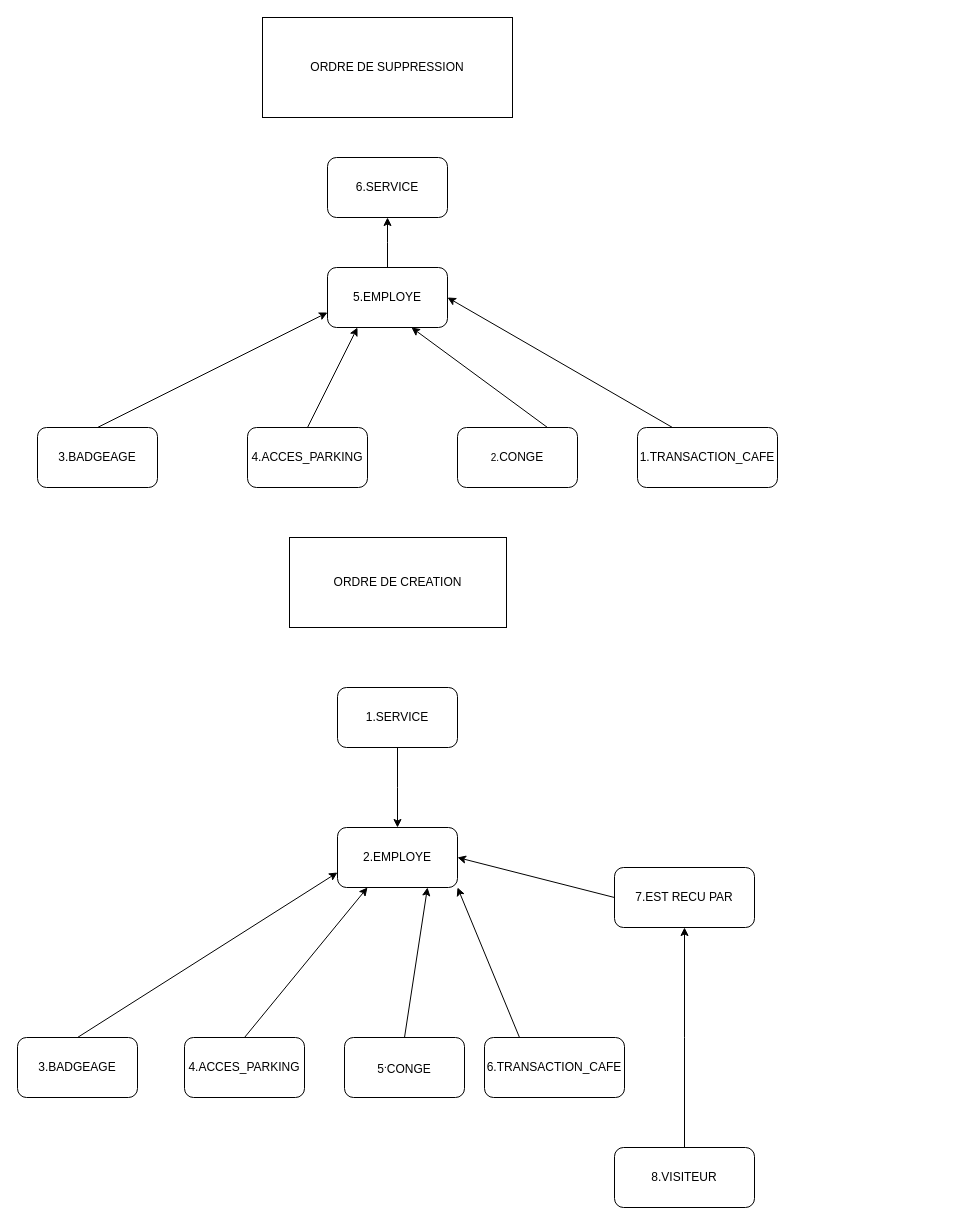
The draw.io diagram Arbre_Adakor.drawio in gdiaby2403/repo1, before the edit. Source tidied: cells renumbered, new cells numbered last; positions are measured from the earlier drawing's top-left corner, leaving out a move shared by most shapes. Both pictures are drawn from the tidied source at 100%, with x=0, y=0 at pixel (17, 17).
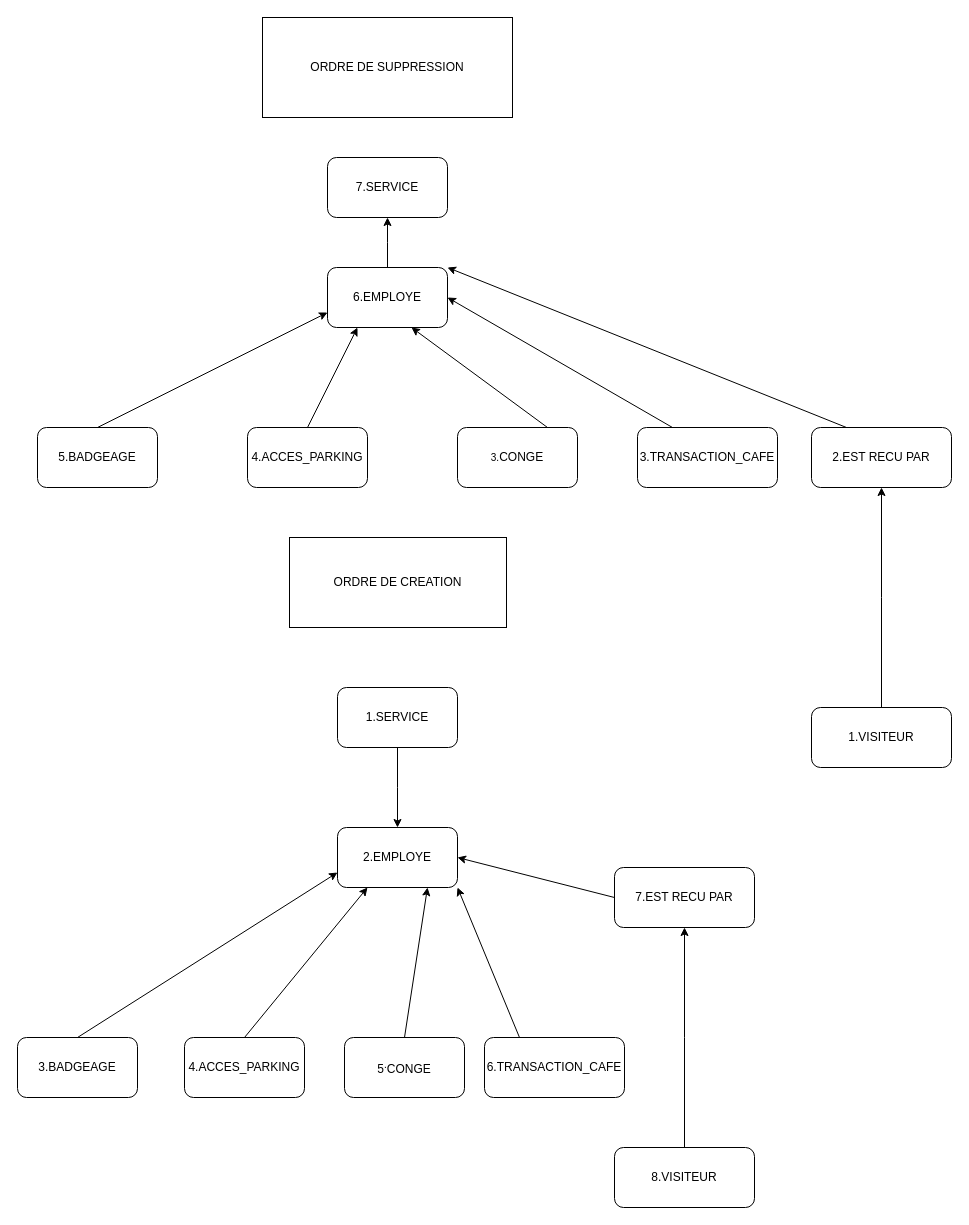
The same page after the edit.

Commit message:
Mettre à jour Arbre_Adakor.drawio

The edit, as a diff of the source:
```diff
@@
-    <mxCell id="14" value="5.EMPLOYE" style="rounded=1;whiteSpace=wrap;html=1;" parent="1" vertex="1">
+    <mxCell id="14" value="6.EMPLOYE" style="rounded=1;whiteSpace=wrap;html=1;" parent="1" vertex="1">
       <mxGeometry x="310" y="250" width="120" height="60" as="geometry" />
     </mxCell>
@@
-    <mxCell id="16" value="&lt;span style=&quot;font-size: 10px;&quot;&gt;2.&lt;/span&gt;CONGE" style="rounded=1;whiteSpace=wrap;html=1;" parent="1" vertex="1">
+    <mxCell id="16" value="&lt;span style=&quot;font-size: 10px;&quot;&gt;3.&lt;/span&gt;CONGE" style="rounded=1;whiteSpace=wrap;html=1;" parent="1" vertex="1">
       <mxGeometry x="440" y="410" width="120" height="60" as="geometry" />
     </mxCell>
@@
-    <mxCell id="18" value="3.BADGEAGE" style="rounded=1;whiteSpace=wrap;html=1;" parent="1" vertex="1">
+    <mxCell id="18" value="5.BADGEAGE" style="rounded=1;whiteSpace=wrap;html=1;" parent="1" vertex="1">
       <mxGeometry x="20" y="410" width="120" height="60" as="geometry" />
     </mxCell>
@@
-    <mxCell id="20" value="1.TRANSACTION_CAFE" style="rounded=1;whiteSpace=wrap;html=1;" parent="1" vertex="1">
+    <mxCell id="20" value="3.TRANSACTION_CAFE" style="rounded=1;whiteSpace=wrap;html=1;" parent="1" vertex="1">
       <mxGeometry x="620" y="410" width="140" height="60" as="geometry" />
     </mxCell>
@@
-    <mxCell id="26" value="6.SERVICE" style="rounded=1;whiteSpace=wrap;html=1;" parent="1" vertex="1">
+    <mxCell id="26" value="7.SERVICE" style="rounded=1;whiteSpace=wrap;html=1;" parent="1" vertex="1">
       <mxGeometry x="310" y="140" width="120" height="60" as="geometry" />
     </mxCell>
@@
+    <mxCell id="30" style="edgeStyle=elbowEdgeStyle;shape=wire;rounded=0;jettySize=auto;elbow=vertical;html=1;exitX=0.5;exitY=0;exitDx=0;exitDy=0;entryX=0.5;entryY=1;entryDx=0;entryDy=0;dashed=1;" parent="1" edge="1" source="31" target="33">
+      <mxGeometry relative="1" as="geometry" />
+    </mxCell>
+    <mxCell id="31" value="1.VISITEUR" style="rounded=1;whiteSpace=wrap;html=1;" parent="1" vertex="1">
+      <mxGeometry x="794" y="690" width="140" height="60" as="geometry" />
+    </mxCell>
+    <mxCell id="32" style="shape=wire;rounded=0;jettySize=auto;elbow=vertical;html=1;exitX=0.25;exitY=0;exitDx=0;exitDy=0;entryX=1;entryY=0;entryDx=0;entryDy=0;dashed=1;" parent="1" edge="1" source="33" target="14">
+      <mxGeometry relative="1" as="geometry" />
+    </mxCell>
+    <mxCell id="33" value="2.EST RECU PAR" style="rounded=1;whiteSpace=wrap;html=1;" parent="1" vertex="1">
+      <mxGeometry x="794" y="410" width="140" height="60" as="geometry" />
+    </mxCell>
```
